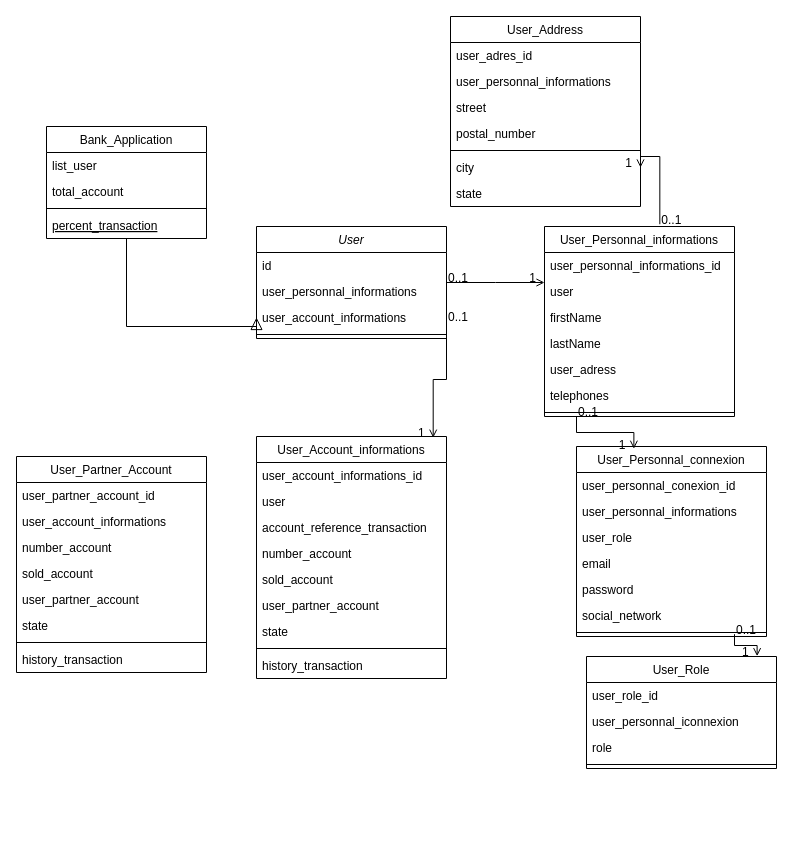
Before: Untitled Diagram.drawio in jojodev77/p6, a draw.io diagram. Source tidied: cells renumbered, new cells numbered last; positions are measured from the earlier drawing's top-left corner, leaving out a move shared by most shapes. Both pictures are drawn from the tidied source at 100%, with x=0, y=0 at pixel (16, 16).
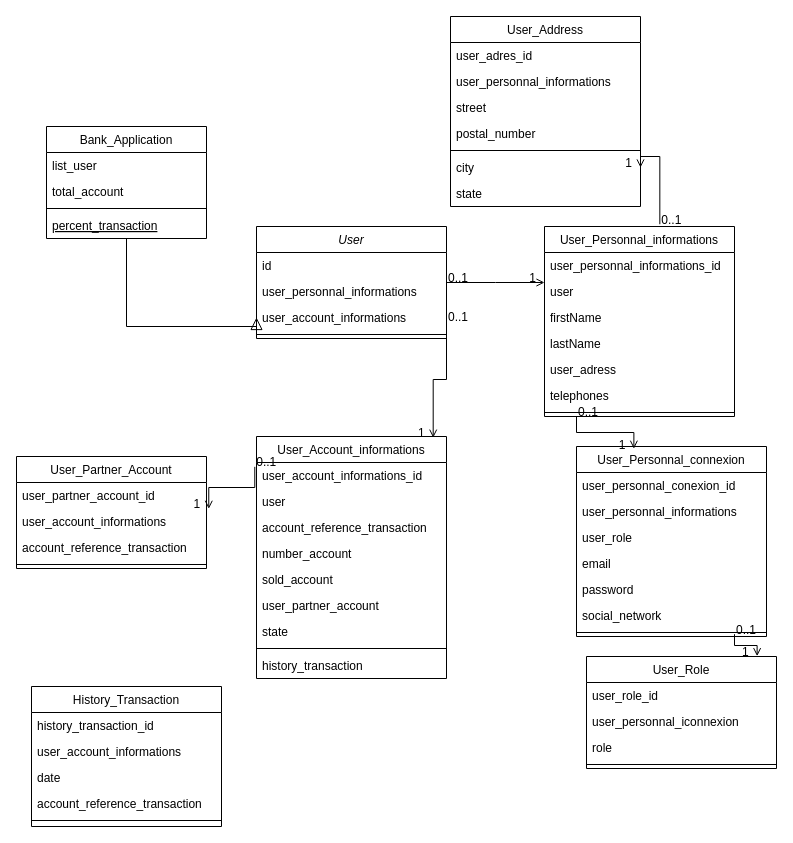
The same diagram, later.

Commit message:
Diagramme des classes

The change refers to these unchanged cells:
```xml
<mxCell id="55" value="user_account_informations_id" style="text;align=left;verticalAlign=top;spacingLeft=4;spacingRight=4;overflow=hidden;points=[[0,0.5],[1,0.5]];portConstraint=eastwest;" parent="54" vertex="1">
  <mxGeometry y="26" width="190" height="26" as="geometry" />
</mxCell>
<mxCell id="69" value="user_account_informations" style="text;align=left;verticalAlign=top;spacingLeft=4;spacingRight=4;overflow=hidden;points=[[0,0.5],[1,0.5]];portConstraint=eastwest;rounded=0;shadow=0;html=0;" parent="67" vertex="1">
  <mxGeometry y="52" width="190" height="26" as="geometry" />
</mxCell>
```

The edit, as a diff of the source:
```diff
@@
     <mxCell id="67" value="User_Partner_Account" style="swimlane;fontStyle=0;align=center;verticalAlign=top;horizontal=1;startSize=26;rounded=0;shadow=0;strokeWidth=1;" parent="1" vertex="1">
-      <mxGeometry y="440" width="190" height="216" as="geometry" />
+      <mxGeometry y="440" width="190" height="112" as="geometry" />
     </mxCell>
@@
-    <mxCell id="70" value="number_account" style="text;align=left;verticalAlign=top;spacingLeft=4;spacingRight=4;overflow=hidden;rounded=0;shadow=0;html=0;" parent="67" vertex="1">
+    <mxCell id="70" value="account_reference_transaction" style="text;align=left;verticalAlign=top;spacingLeft=4;spacingRight=4;overflow=hidden;rounded=0;shadow=0;html=0;" parent="67" vertex="1">
       <mxGeometry y="78" width="190" height="26" as="geometry" />
     </mxCell>
-    <mxCell id="71" value="sold_account" style="text;align=left;verticalAlign=top;spacingLeft=4;spacingRight=4;overflow=hidden;rounded=0;shadow=0;html=0;" parent="67" vertex="1">
-      <mxGeometry y="104" width="190" height="26" as="geometry" />
-    </mxCell>
-    <mxCell id="72" value="user_partner_account" style="text;align=left;verticalAlign=top;spacingLeft=4;spacingRight=4;overflow=hidden;rounded=0;shadow=0;html=0;" parent="67" vertex="1">
-      <mxGeometry y="130" width="190" height="26" as="geometry" />
-    </mxCell>
-    <mxCell id="73" value="state" style="text;align=left;verticalAlign=top;spacingLeft=4;spacingRight=4;overflow=hidden;rounded=0;shadow=0;html=0;" parent="67" vertex="1">
-      <mxGeometry y="156" width="190" height="26" as="geometry" />
-    </mxCell>
     <mxCell id="74" style="line;html=1;strokeWidth=1;align=left;verticalAlign=middle;spacingTop=-1;spacingLeft=3;spacingRight=3;labelPosition=right;" parent="67" vertex="1">
-      <mxGeometry y="182" width="190" height="8" as="geometry" />
+      <mxGeometry y="104" width="190" height="8" as="geometry" />
     </mxCell>
-    <mxCell id="75" value="history_transaction" style="text;align=left;verticalAlign=top;spacingLeft=4;spacingRight=4;overflow=hidden;rounded=0;shadow=0;html=0;" parent="67" vertex="1">
-      <mxGeometry y="190" width="190" height="26" as="geometry" />
-    </mxCell>
+    <mxCell id="76" style="endArrow=open;shadow=0;strokeWidth=1;rounded=0;endFill=1;edgeStyle=elbowEdgeStyle;elbow=vertical;exitX=-0.009;exitY=0.167;exitDx=0;exitDy=0;exitPerimeter=0;entryX=1.012;entryY=0.013;entryDx=0;entryDy=0;entryPerimeter=0;" parent="1" edge="1" source="55" target="69">
+      <mxGeometry x="0.5" y="41" relative="1" as="geometry">
+        <mxPoint x="-40" y="32" as="offset" />
+      </mxGeometry>
+    </mxCell>
+    <mxCell id="77" value="0..1" style="align=left;verticalAlign=bottom;labelBackgroundColor=none;fontSize=12;" parent="76" vertex="1">
+      <mxGeometry x="-1" relative="1" as="geometry">
+        <mxPoint y="4" as="offset" />
+      </mxGeometry>
+    </mxCell>
+    <mxCell id="78" value="1" style="align=right;verticalAlign=bottom;labelBackgroundColor=none;fontSize=12;" parent="76" vertex="1">
+      <mxGeometry x="1" relative="1" as="geometry">
+        <mxPoint x="-7" y="4" as="offset" />
+      </mxGeometry>
+    </mxCell>
+    <mxCell id="79" value="History_Transaction" style="swimlane;fontStyle=0;align=center;verticalAlign=top;horizontal=1;startSize=26;rounded=0;shadow=0;strokeWidth=1;" parent="1" vertex="1">
+      <mxGeometry x="15" y="670" width="190" height="140" as="geometry" />
+    </mxCell>
+    <mxCell id="80" value="history_transaction_id" style="text;align=left;verticalAlign=top;spacingLeft=4;spacingRight=4;overflow=hidden;" parent="79" vertex="1">
+      <mxGeometry y="26" width="190" height="26" as="geometry" />
+    </mxCell>
+    <mxCell id="81" value="user_account_informations" style="text;align=left;verticalAlign=top;spacingLeft=4;spacingRight=4;overflow=hidden;rounded=0;shadow=0;html=0;" parent="79" vertex="1">
+      <mxGeometry y="52" width="190" height="26" as="geometry" />
+    </mxCell>
+    <mxCell id="82" value="date" style="text;align=left;verticalAlign=top;spacingLeft=4;spacingRight=4;overflow=hidden;rounded=0;shadow=0;html=0;" parent="79" vertex="1">
+      <mxGeometry y="78" width="190" height="26" as="geometry" />
+    </mxCell>
+    <mxCell id="83" value="account_reference_transaction" style="text;align=left;verticalAlign=top;spacingLeft=4;spacingRight=4;overflow=hidden;rounded=0;shadow=0;html=0;" parent="79" vertex="1">
+      <mxGeometry y="104" width="190" height="26" as="geometry" />
+    </mxCell>
+    <mxCell id="84" style="line;html=1;strokeWidth=1;align=left;verticalAlign=middle;spacingTop=-1;spacingLeft=3;spacingRight=3;labelPosition=right;" parent="79" vertex="1">
+      <mxGeometry y="130" width="190" height="8" as="geometry" />
+    </mxCell>
```
